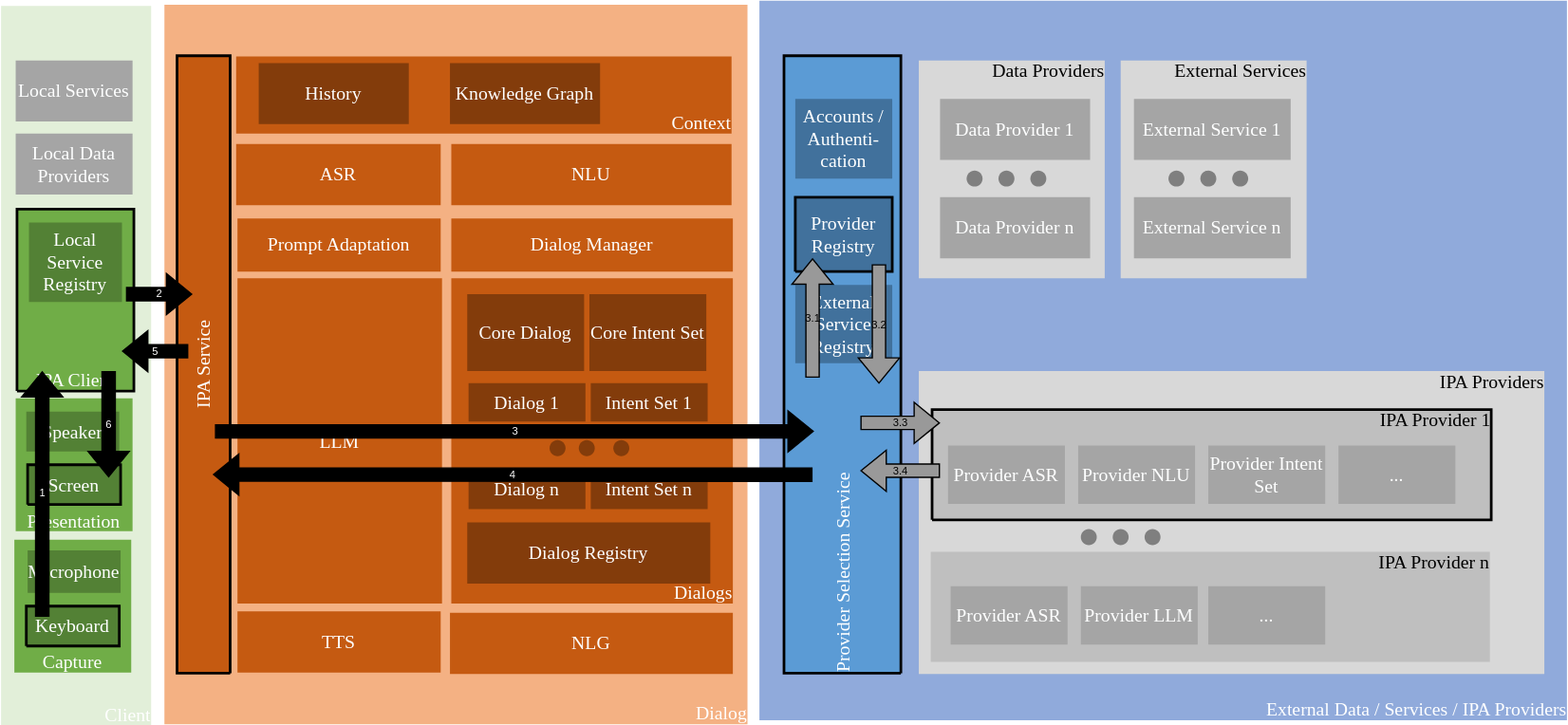
w3c/voiceinteraction keeps this draw.io diagram as source/docs/IPA-Architecture-ChatGPT.svg. Above is the earlier version. Source tidied: cells renumbered, new cells last; positions are measured from the earlier drawing's top-left corner, leaving out a move shared by most shapes.
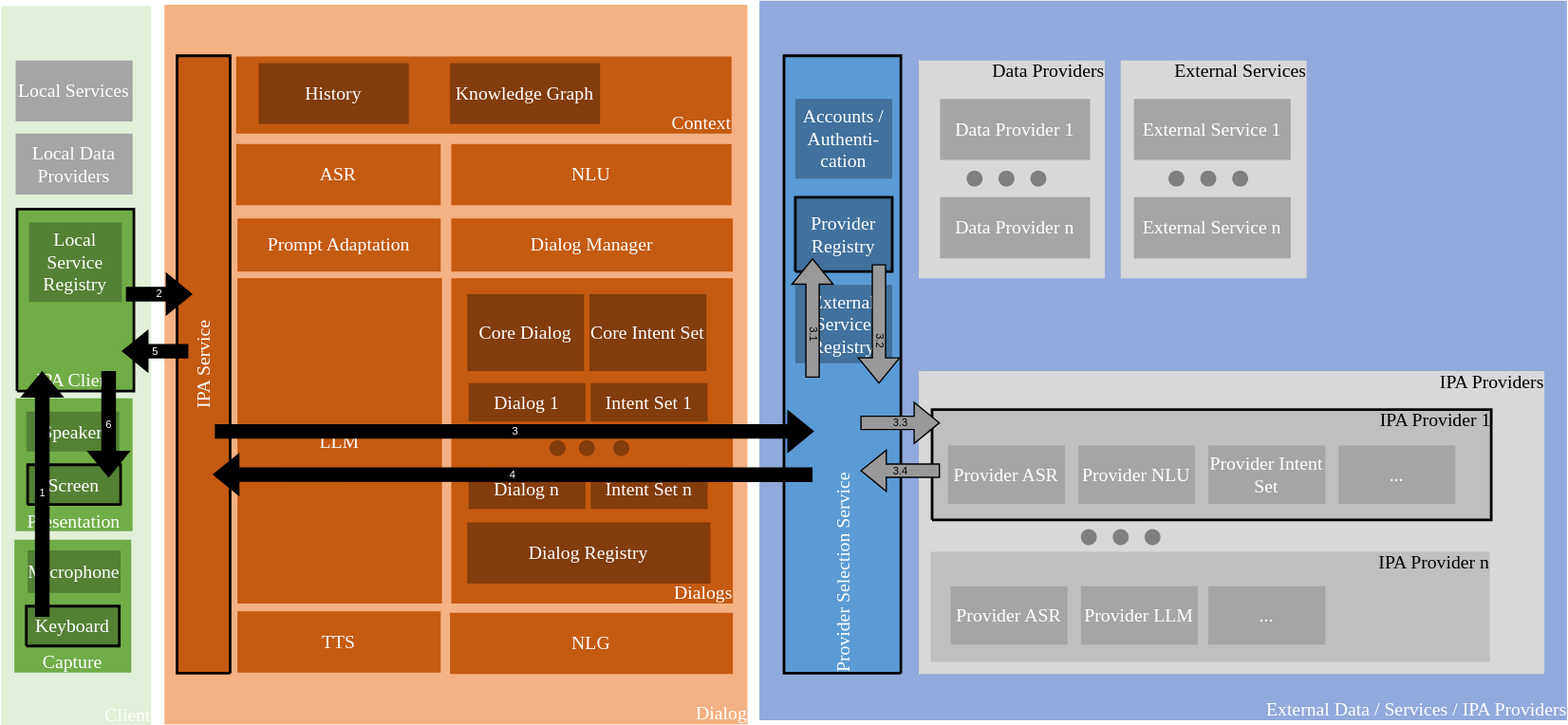
The same file after the commit.

Commit message:
changed writing direction for some arrows

What changed in the source:
```diff
@@ -236,13 +236,13 @@
         <mxPoint x="161" y="359" as="targetPoint" />
       </mxGeometry>
     </mxCell>
-    <mxCell id="73" value="3.1" style="shape=flexArrow;endArrow=classic;html=1;rounded=0;fillColor=#999999;fontSize=8;fontColor=#000000;labelBackgroundColor=none;" parent="1" edge="1">
+    <mxCell id="73" value="3.1" style="shape=flexArrow;endArrow=classic;html=1;rounded=0;fillColor=#999999;fontSize=8;fontColor=#000000;labelBackgroundColor=none;textDirection=vertical-lr;labelPosition=center;verticalLabelPosition=bottom;align=center;verticalAlign=top;" parent="1" edge="1">
       <mxGeometry relative="1" as="geometry">
         <mxPoint x="691" y="284" as="sourcePoint" />
         <mxPoint x="691" y="194" as="targetPoint" />
       </mxGeometry>
     </mxCell>
-    <mxCell id="74" value="3.2" style="shape=flexArrow;endArrow=classic;html=1;rounded=0;fillColor=#999999;fontSize=8;fontColor=#000000;labelBackgroundColor=none;" parent="1" edge="1">
+    <mxCell id="74" value="3.2" style="shape=flexArrow;endArrow=classic;html=1;rounded=0;fillColor=#999999;fontSize=8;fontColor=#000000;labelBackgroundColor=none;textDirection=vertical-rl;labelPosition=center;verticalLabelPosition=bottom;align=center;verticalAlign=top;" parent="1" edge="1">
       <mxGeometry relative="1" as="geometry">
         <mxPoint x="741" y="198.5" as="sourcePoint" />
         <mxPoint x="741" y="288.5" as="targetPoint" />
```
